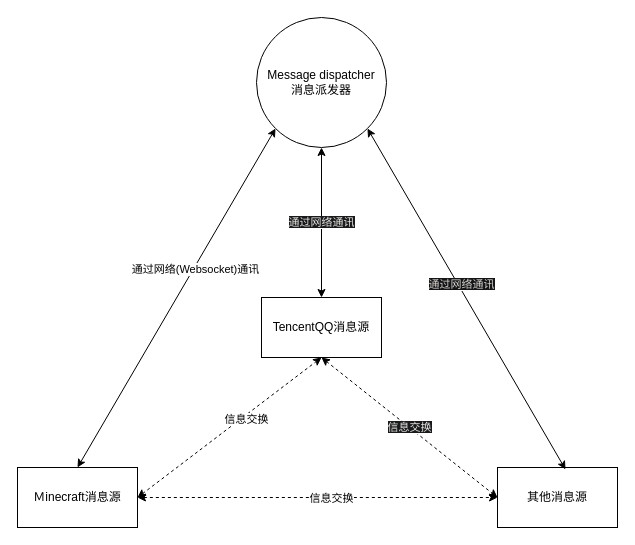
Earlier version of the draw.io diagram message-forwarding/architecture.drawio (Itsusinn/draw-io). Source tidied: cells renumbered, new cells numbered last; positions are measured from the earlier drawing's top-left corner, leaving out a move shared by most shapes. Both pictures are drawn from the tidied source at 100%, with x=0, y=0 at pixel (17, 17).
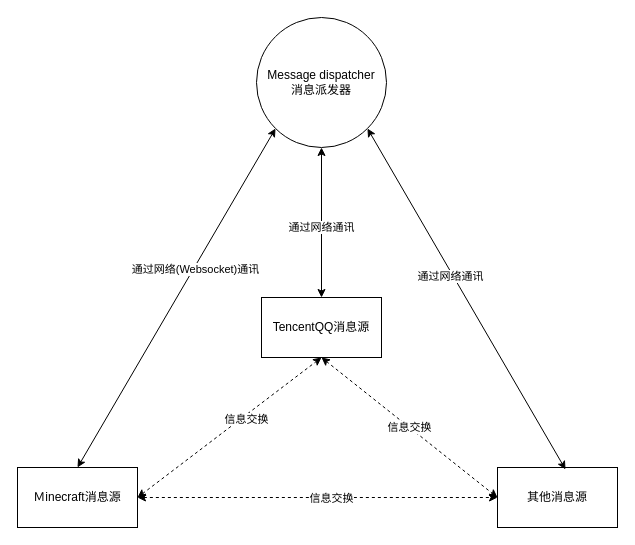
The same page after the edit.

Change to the diagram source:
```diff
@@
 <mxGraphModel>
   <root>
     <mxCell id="0" />
     <mxCell id="1" parent="0" />
     <mxCell id="2" value="Message dispatcher&lt;br&gt;消息派发器" style="ellipse;whiteSpace=wrap;html=1;" parent="1" vertex="1">
       <mxGeometry x="239" width="130" height="130" as="geometry" />
     </mxCell>
     <mxCell id="3" value="Ｍinecraft消息源" style="rounded=0;whiteSpace=wrap;html=1;" parent="1" vertex="1">
       <mxGeometry y="450" width="120" height="60" as="geometry" />
     </mxCell>
     <mxCell id="4" value="TencentQQ消息源" style="rounded=0;whiteSpace=wrap;html=1;" parent="1" vertex="1">
       <mxGeometry x="244" y="280" width="120" height="60" as="geometry" />
     </mxCell>
     <mxCell id="5" value="其他消息源" style="rounded=0;whiteSpace=wrap;html=1;" parent="1" vertex="1">
       <mxGeometry x="480" y="450" width="120" height="60" as="geometry" />
     </mxCell>
     <mxCell id="6" style="endArrow=classic;startArrow=classic;html=1;exitX=0.5;exitY=0;exitDx=0;exitDy=0;entryX=0;entryY=1;entryDx=0;entryDy=0;" parent="1" edge="1" source="3" target="2">
       <mxGeometry relative="1" as="geometry" />
     </mxCell>
     <mxCell id="7" value="通过网络(Websocket)通讯" style="edgeLabel;html=1;align=center;verticalAlign=middle;" parent="6" vertex="1">
       <mxGeometry x="0.17" relative="1" as="geometry">
         <mxPoint x="1" as="offset" />
       </mxGeometry>
     </mxCell>
-    <mxCell id="8" value="&lt;span style=&quot;color: rgb(232 , 230 , 227) ; font-family: &amp;#34;helvetica&amp;#34; ; font-size: 11px ; font-style: normal ; font-weight: 400 ; letter-spacing: normal ; text-align: center ; text-indent: 0px ; text-transform: none ; word-spacing: 0px ; background-color: rgb(24 , 26 , 27) ; display: inline ; float: none&quot;&gt;通过网络通讯&lt;/span&gt;" style="endArrow=classic;startArrow=classic;html=1;exitX=0.5;exitY=0;exitDx=0;exitDy=0;entryX=0.5;entryY=1;entryDx=0;entryDy=0;" parent="1" edge="1" source="4" target="2">
-      <mxGeometry relative="1" as="geometry" />
+    <mxCell id="8" value="通过网络通讯" style="endArrow=classic;startArrow=classic;html=1;exitX=0.5;exitY=0;exitDx=0;exitDy=0;entryX=0.5;entryY=1;entryDx=0;entryDy=0;" parent="1" edge="1" source="4" target="2">
+      <mxGeometry x="-0.07" relative="1" as="geometry" />
     </mxCell>
     <mxCell id="9" style="endArrow=classic;startArrow=classic;html=1;exitX=0.567;exitY=0.033;exitDx=0;exitDy=0;exitPerimeter=0;entryX=1;entryY=1;entryDx=0;entryDy=0;" parent="1" edge="1" source="5" target="2">
       <mxGeometry relative="1" as="geometry" />
     </mxCell>
     <mxCell id="10" style="edgeLabel;html=1;align=center;verticalAlign=middle;" parent="9" vertex="1">
       <mxGeometry x="0.2" y="-4" relative="1" as="geometry" />
     </mxCell>
-    <mxCell id="11" value="&lt;span style=&quot;color: rgb(216 , 212 , 207) ; font-family: &amp;#34;helvetica&amp;#34; ; background-color: rgb(19 , 21 , 22)&quot;&gt;通过网络通讯&lt;/span&gt;" style="edgeLabel;html=1;align=center;verticalAlign=middle;" parent="9" vertex="1">
+    <mxCell id="11" value="&lt;span style=&quot;font-family: helvetica; background-color: rgb(19, 21, 22);&quot;&gt;通过网络通讯&lt;/span&gt;" style="edgeLabel;html=1;align=center;verticalAlign=middle;noLabel=1;fontColor=none;" parent="9" vertex="1">
       <mxGeometry x="0.08" y="-3" relative="1" as="geometry" />
     </mxCell>
+    <mxCell id="17" value="通过网络通讯" style="edgeLabel;html=1;align=center;verticalAlign=middle;fontColor=none;" parent="9" vertex="1">
+      <mxGeometry x="0.14" y="3" relative="1" as="geometry" />
+    </mxCell>
     <mxCell id="12" style="endArrow=classic;startArrow=classic;html=1;exitX=1;exitY=0.5;exitDx=0;exitDy=0;entryX=0;entryY=0.5;entryDx=0;entryDy=0;rounded=1;shadow=0;dashed=1;sketch=0;" parent="1" edge="1" source="3" target="5">
       <mxGeometry relative="1" as="geometry" />
     </mxCell>
     <mxCell id="13" value="信息交换" style="edgeLabel;html=1;align=center;verticalAlign=middle;" parent="12" vertex="1">
       <mxGeometry x="0.07" relative="1" as="geometry" />
     </mxCell>
     <mxCell id="14" style="endArrow=classic;startArrow=classic;html=1;rounded=1;shadow=0;dashed=1;sketch=0;entryX=0.5;entryY=1;entryDx=0;entryDy=0;exitX=1;exitY=0.5;exitDx=0;exitDy=0;" parent="1" edge="1" source="3" target="4">
       <mxGeometry relative="1" as="geometry" />
     </mxCell>
     <mxCell id="15" value="信息交换" style="edgeLabel;html=1;align=center;verticalAlign=middle;" parent="14" vertex="1">
       <mxGeometry x="0.16" y="-3" relative="1" as="geometry" />
     </mxCell>
-    <mxCell id="16" value="&lt;span style=&quot;color: rgb(232, 230, 227); font-family: helvetica; font-size: 11px; font-style: normal; font-weight: 400; letter-spacing: normal; text-align: center; text-indent: 0px; text-transform: none; word-spacing: 0px; background-color: rgb(24, 26, 27); display: inline; float: none;&quot;&gt;信息交换&lt;/span&gt;" style="endArrow=classic;startArrow=classic;html=1;exitX=0.5;exitY=1;exitDx=0;exitDy=0;rounded=1;shadow=0;dashed=1;sketch=0;entryX=0;entryY=0.5;entryDx=0;entryDy=0;" parent="1" edge="1" source="4" target="5">
+    <mxCell id="16" value="信息交换" style="endArrow=classic;startArrow=classic;html=1;exitX=0.5;exitY=1;exitDx=0;exitDy=0;rounded=1;shadow=0;dashed=1;sketch=0;entryX=0;entryY=0.5;entryDx=0;entryDy=0;" parent="1" edge="1" source="4" target="5">
       <mxGeometry relative="1" as="geometry" />
     </mxCell>
   </root>
 </mxGraphModel>
```
